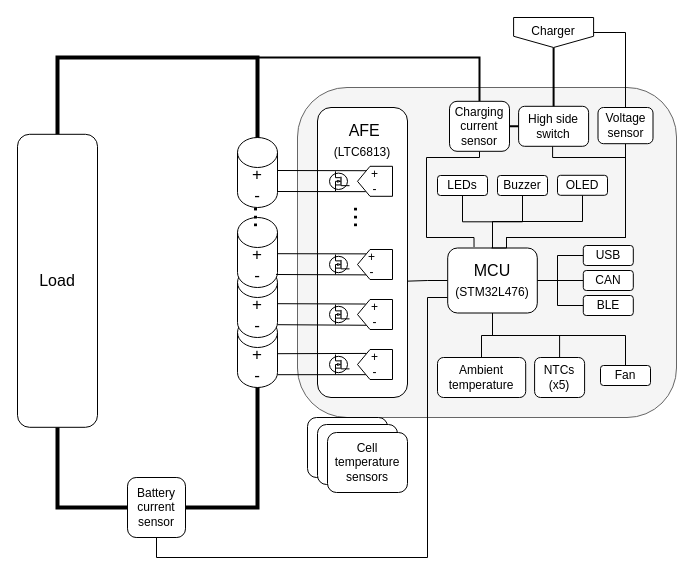
Above: docs/block-diagram.drawio in G-Pereira/greenmobi-bms (draw.io), before the change. Source tidied: cells renumbered, new cells numbered last; positions are measured from the earlier drawing's top-left corner, leaving out a move shared by most shapes. Both pictures are drawn from the tidied source at 100%, with x=0, y=0 at pixel (17, 17).
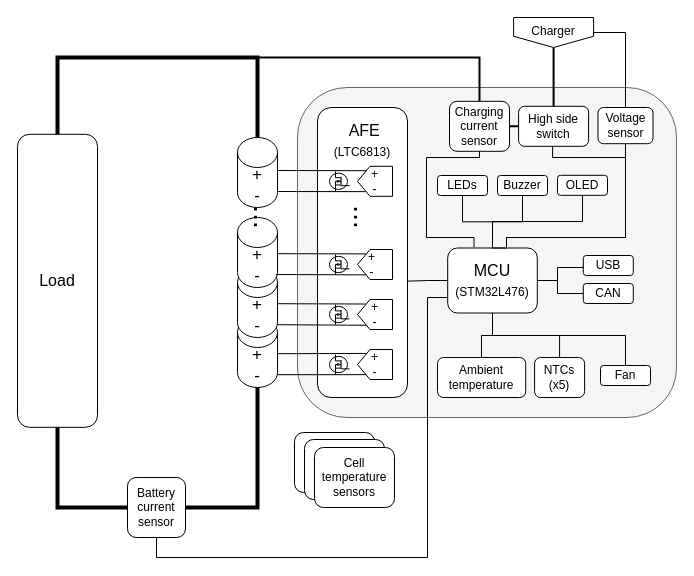
The same diagram, later.

Commit message (it also covers changes not shown here):
Update block diagram

The change refers to these unchanged cells:
```xml
<mxCell id="20" value="MCU&lt;br&gt;&lt;font style=&quot;font-size: 12px;&quot;&gt;(STM32L476)&lt;/font&gt;" style="rounded=1;whiteSpace=wrap;html=1;fontSize=16;" parent="1" vertex="1">
  <mxGeometry x="430.2" y="230.5" width="89.6" height="65" as="geometry" />
</mxCell>
```

What changed in the source:
```diff
@@
-    <mxCell id="10" style="edgeStyle=orthogonalEdgeStyle;rounded=0;jettySize=auto;html=1;endArrow=none;endFill=0;exitX=1;exitY=0.5;exitDx=0;exitDy=0;" parent="1" edge="1" source="20" target="51">
+    <mxCell id="10" style="edgeStyle=orthogonalEdgeStyle;rounded=0;jettySize=auto;html=1;endArrow=none;endFill=0;exitX=1;exitY=0.5;exitDx=0;exitDy=0;entryX=0;entryY=0.5;entryDx=0;entryDy=0;" parent="1" edge="1" source="20" target="51">
       <mxGeometry relative="1" as="geometry">
         <Array as="points">
           <mxPoint x="540" y="263" />
-          <mxPoint x="540" y="238" />
+          <mxPoint x="540" y="250" />
+          <mxPoint x="566" y="250" />
         </Array>
       </mxGeometry>
     </mxCell>
@@
-    <mxCell id="14" style="edgeStyle=orthogonalEdgeStyle;rounded=0;jettySize=auto;html=1;endArrow=none;endFill=0;exitX=1;exitY=0.5;exitDx=0;exitDy=0;" parent="1" edge="1" source="20" target="52">
-      <mxGeometry relative="1" as="geometry">
-        <Array as="points">
-          <mxPoint x="530" y="263" />
-          <mxPoint x="530" y="263" />
-        </Array>
-      </mxGeometry>
-    </mxCell>
-    <mxCell id="15" style="edgeStyle=orthogonalEdgeStyle;rounded=0;jettySize=auto;html=1;endArrow=none;endFill=0;exitX=1;exitY=0.5;exitDx=0;exitDy=0;" parent="1" edge="1" source="20" target="53">
+    <mxCell id="15" style="edgeStyle=orthogonalEdgeStyle;rounded=0;jettySize=auto;html=1;endArrow=none;endFill=0;exitX=1;exitY=0.5;exitDx=0;exitDy=0;entryX=0;entryY=0.5;entryDx=0;entryDy=0;" parent="1" edge="1" source="20" target="53">
       <mxGeometry relative="1" as="geometry">
         <Array as="points">
           <mxPoint x="540" y="263" />
-          <mxPoint x="540" y="288" />
+          <mxPoint x="540" y="276" />
         </Array>
       </mxGeometry>
     </mxCell>
@@
     <mxCell id="51" value="USB" style="rounded=1;whiteSpace=wrap;html=1;" parent="1" vertex="1">
-      <mxGeometry x="565.8" y="228" width="50" height="20" as="geometry" />
+      <mxGeometry x="565.8" y="238" width="50" height="20" as="geometry" />
     </mxCell>
-    <mxCell id="52" value="CAN" style="rounded=1;whiteSpace=wrap;html=1;" parent="1" vertex="1">
-      <mxGeometry x="565.8" y="253" width="50" height="20" as="geometry" />
-    </mxCell>
-    <mxCell id="53" value="BLE" style="rounded=1;whiteSpace=wrap;html=1;fontSize=12;" parent="1" vertex="1">
-      <mxGeometry x="565.8" y="278" width="50" height="20" as="geometry" />
+    <mxCell id="53" value="CAN" style="rounded=1;whiteSpace=wrap;html=1;fontSize=12;" parent="1" vertex="1">
+      <mxGeometry x="565.8" y="266" width="50" height="20" as="geometry" />
     </mxCell>
@@
     <mxCell id="68" style="rounded=1;whiteSpace=wrap;html=1;fontSize=12;fillColor=#ffffff;" parent="1" vertex="1">
-      <mxGeometry x="290" y="400" width="80" height="60" as="geometry" />
+      <mxGeometry x="277" y="415" width="80" height="60" as="geometry" />
     </mxCell>
     <mxCell id="69" style="rounded=1;whiteSpace=wrap;html=1;fontSize=12;fillColor=#ffffff;" parent="1" vertex="1">
-      <mxGeometry x="300" y="407" width="80" height="60" as="geometry" />
+      <mxGeometry x="287" y="422" width="80" height="60" as="geometry" />
     </mxCell>
     <mxCell id="70" value="Cell temperature sensors" style="rounded=1;whiteSpace=wrap;html=1;fontSize=12;fillColor=#ffffff;" parent="1" vertex="1">
-      <mxGeometry x="310" y="415" width="80" height="60" as="geometry" />
+      <mxGeometry x="297" y="430" width="80" height="60" as="geometry" />
     </mxCell>
```
